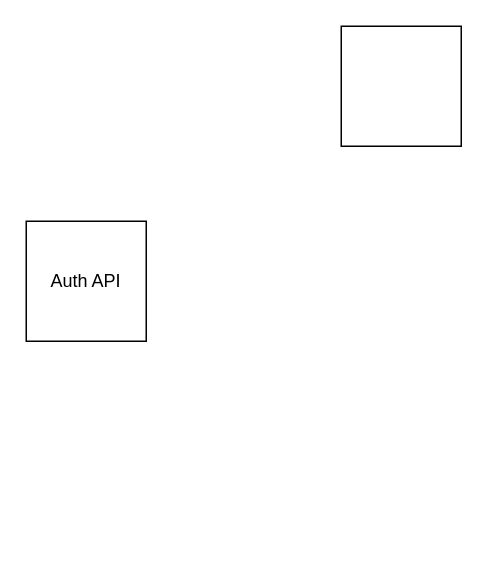
Above: Untitled Diagram.drawio in Paulmridul/MicroLearn (draw.io), before the change. Source tidied: cells renumbered, new cells numbered last; positions are measured from the earlier drawing's top-left corner, leaving out a move shared by most shapes. Both pictures are drawn from the tidied source at 150%, with x=0, y=0 at pixel (26, 26).
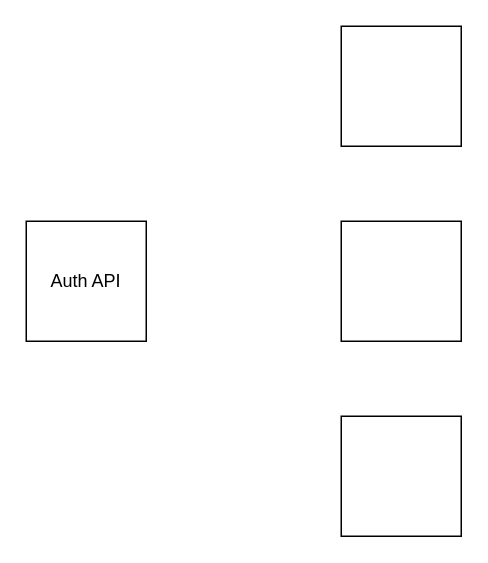
After the change.

Diff of the diagram source:
```diff
@@
 <mxGraphModel>
   <root>
     <mxCell id="0" />
     <mxCell id="1" parent="0" />
     <mxCell id="2" value="Auth API" style="whiteSpace=wrap;html=1;" parent="1" vertex="1">
       <mxGeometry y="130" width="80" height="80" as="geometry" />
     </mxCell>
     <mxCell id="3" style="whiteSpace=wrap;html=1;" parent="1" vertex="1">
       <mxGeometry x="210" width="80" height="80" as="geometry" />
     </mxCell>
+    <mxCell id="4" style="whiteSpace=wrap;html=1;" parent="1" vertex="1">
+      <mxGeometry x="210" y="130" width="80" height="80" as="geometry" />
+    </mxCell>
+    <mxCell id="5" style="whiteSpace=wrap;html=1;" parent="1" vertex="1">
+      <mxGeometry x="210" y="260" width="80" height="80" as="geometry" />
+    </mxCell>
   </root>
 </mxGraphModel>
```
